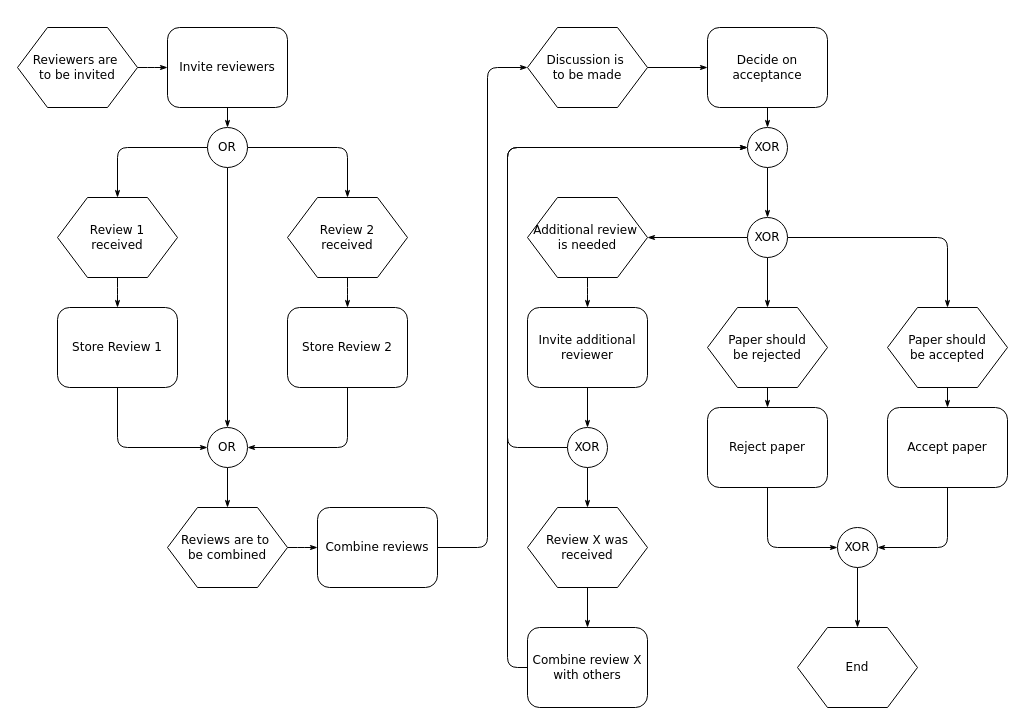
dhruv1345/Diagrams-Automation keeps this draw.io diagram as Untitled Diagram.drawio. Above is the earlier version. Source tidied: cells renumbered, new cells numbered last; positions are measured from the earlier drawing's top-left corner, leaving out a move shared by most shapes. Both pictures are drawn from the tidied source at 100%, with x=0, y=0 at pixel (17, 27).
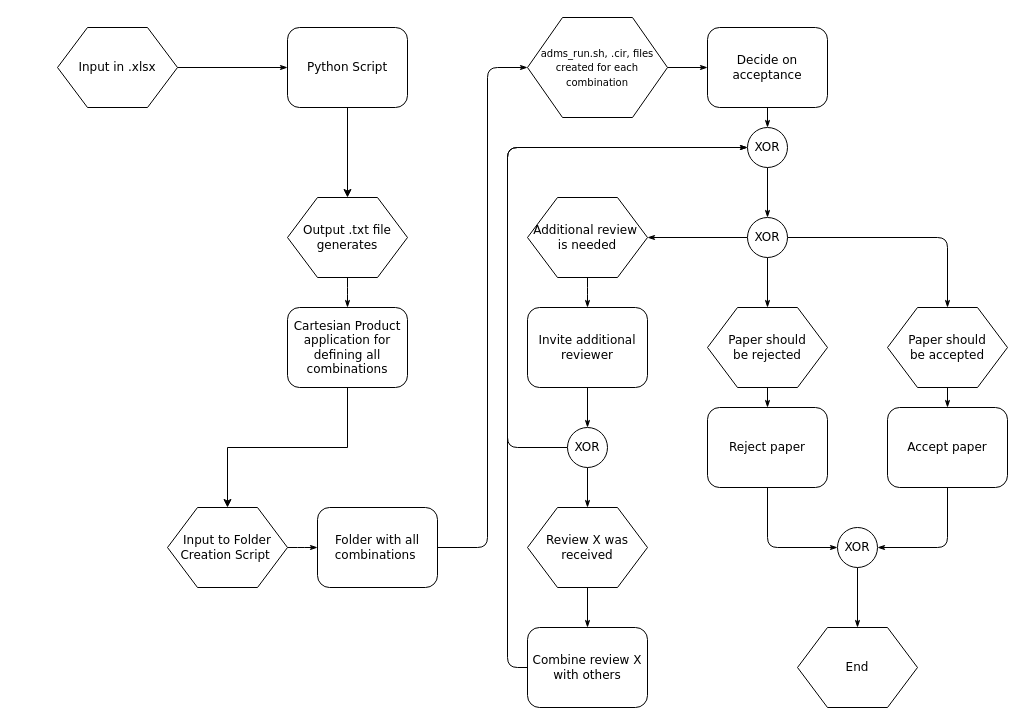
The same page after the edit.

The edit, as a diff of the source:
```diff
@@
-    <mxCell id="3" value="Reviewers are&amp;nbsp;&lt;div&gt;to&amp;nbsp;&lt;span&gt;be invited&lt;/span&gt;&lt;/div&gt;" style="shape=hexagon;perimeter=hexagonPerimeter;whiteSpace=wrap;html=1;rounded=0;shadow=0;labelBackgroundColor=none;strokeWidth=1;fontFamily=Verdana;fontSize=12;align=center;" parent="1" vertex="1">
-      <mxGeometry width="120" height="80" as="geometry" />
+    <mxCell id="3" value="Input in .xlsx" style="shape=hexagon;perimeter=hexagonPerimeter;whiteSpace=wrap;html=1;rounded=0;shadow=0;labelBackgroundColor=none;strokeWidth=1;fontFamily=Verdana;fontSize=12;align=center;" parent="1" vertex="1">
+      <mxGeometry x="40" width="120" height="80" as="geometry" />
     </mxCell>
-    <mxCell id="4" style="edgeStyle=orthogonalEdgeStyle;rounded=1;html=1;labelBackgroundColor=none;startArrow=none;startFill=0;startSize=5;endArrow=classicThin;endFill=1;endSize=5;jettySize=auto;strokeWidth=1;fontFamily=Verdana;fontSize=8;" parent="1" edge="1" source="5" target="9">
-      <mxGeometry relative="1" as="geometry" />
-    </mxCell>
+    <mxCell id="56" style="edgeStyle=orthogonalEdgeStyle;rounded=0;jettySize=auto;html=1;entryX=0.5;entryY=0;entryDx=0;entryDy=0;" parent="1" edge="1" source="5" target="13">
+      <mxGeometry relative="1" as="geometry" />
+    </mxCell>
-    <mxCell id="5" value="Invite reviewers" style="rounded=1;whiteSpace=wrap;html=1;shadow=0;labelBackgroundColor=none;strokeWidth=1;fontFamily=Verdana;fontSize=12;align=center;" parent="1" vertex="1">
-      <mxGeometry x="150" width="120" height="80" as="geometry" />
+    <mxCell id="5" value="Python Script" style="rounded=1;whiteSpace=wrap;html=1;shadow=0;labelBackgroundColor=none;strokeWidth=1;fontFamily=Verdana;fontSize=12;align=center;" parent="1" vertex="1">
+      <mxGeometry x="270" width="120" height="80" as="geometry" />
     </mxCell>
-    <mxCell id="6" style="edgeStyle=orthogonalEdgeStyle;rounded=1;html=1;labelBackgroundColor=none;startArrow=none;startFill=0;startSize=5;endArrow=classicThin;endFill=1;endSize=5;jettySize=auto;strokeWidth=1;fontFamily=Verdana;fontSize=8;" parent="1" edge="1" source="9" target="13">
-      <mxGeometry relative="1" as="geometry" />
-    </mxCell>
-    <mxCell id="7" style="edgeStyle=orthogonalEdgeStyle;rounded=1;html=1;labelBackgroundColor=none;startArrow=none;startFill=0;startSize=5;endArrow=classicThin;endFill=1;endSize=5;jettySize=auto;strokeWidth=1;fontFamily=Verdana;fontSize=8;" parent="1" edge="1" source="9" target="11">
-      <mxGeometry relative="1" as="geometry" />
-    </mxCell>
-    <mxCell id="8" style="edgeStyle=orthogonalEdgeStyle;rounded=1;html=1;labelBackgroundColor=none;startArrow=none;startFill=0;startSize=5;endArrow=classicThin;endFill=1;endSize=5;jettySize=auto;strokeWidth=1;fontFamily=Verdana;fontSize=12;" parent="1" edge="1" source="9" target="19">
-      <mxGeometry relative="1" as="geometry" />
-    </mxCell>
-    <mxCell id="9" value="OR" style="ellipse;whiteSpace=wrap;html=1;rounded=1;shadow=0;labelBackgroundColor=none;strokeWidth=1;fontFamily=Verdana;fontSize=12;align=center;" parent="1" vertex="1">
-      <mxGeometry x="190" y="100" width="40" height="40" as="geometry" />
-    </mxCell>
-    <mxCell id="10" style="edgeStyle=orthogonalEdgeStyle;rounded=1;html=1;labelBackgroundColor=none;startArrow=none;startFill=0;startSize=5;endArrow=classicThin;endFill=1;endSize=5;jettySize=auto;strokeWidth=1;fontFamily=Verdana;fontSize=8;" parent="1" edge="1" source="11" target="15">
-      <mxGeometry relative="1" as="geometry" />
-    </mxCell>
-    <mxCell id="11" value="Review 1&lt;div&gt;received&lt;/div&gt;" style="shape=hexagon;perimeter=hexagonPerimeter;whiteSpace=wrap;html=1;rounded=0;shadow=0;labelBackgroundColor=none;strokeWidth=1;fontFamily=Verdana;fontSize=12;align=center;" parent="1" vertex="1">
-      <mxGeometry x="40" y="170" width="120" height="80" as="geometry" />
-    </mxCell>
@@
-    <mxCell id="13" value="Review 2&lt;div&gt;received&lt;/div&gt;" style="shape=hexagon;perimeter=hexagonPerimeter;whiteSpace=wrap;html=1;rounded=0;shadow=0;labelBackgroundColor=none;strokeWidth=1;fontFamily=Verdana;fontSize=12;align=center;" parent="1" vertex="1">
+    <mxCell id="13" value="Output .txt file generates" style="shape=hexagon;perimeter=hexagonPerimeter;whiteSpace=wrap;html=1;rounded=0;shadow=0;labelBackgroundColor=none;strokeWidth=1;fontFamily=Verdana;fontSize=12;align=center;" parent="1" vertex="1">
       <mxGeometry x="270" y="170" width="120" height="80" as="geometry" />
     </mxCell>
-    <mxCell id="14" style="edgeStyle=orthogonalEdgeStyle;rounded=1;html=1;labelBackgroundColor=none;startArrow=none;startFill=0;startSize=5;endArrow=classicThin;endFill=1;endSize=5;jettySize=auto;strokeWidth=1;fontFamily=Verdana;fontSize=8;" parent="1" edge="1" source="15" target="19">
-      <mxGeometry relative="1" as="geometry">
-        <Array as="points">
-          <mxPoint x="100" y="420" />
-        </Array>
-      </mxGeometry>
-    </mxCell>
-    <mxCell id="15" value="Store Review 1" style="rounded=1;whiteSpace=wrap;html=1;shadow=0;labelBackgroundColor=none;strokeWidth=1;fontFamily=Verdana;fontSize=12;align=center;" parent="1" vertex="1">
-      <mxGeometry x="40" y="280" width="120" height="80" as="geometry" />
-    </mxCell>
-    <mxCell id="16" style="edgeStyle=orthogonalEdgeStyle;rounded=1;html=1;labelBackgroundColor=none;startArrow=none;startFill=0;startSize=5;endArrow=classicThin;endFill=1;endSize=5;jettySize=auto;strokeWidth=1;fontFamily=Verdana;fontSize=8;" parent="1" edge="1" source="17" target="19">
-      <mxGeometry relative="1" as="geometry">
-        <Array as="points">
-          <mxPoint x="330" y="420" />
-        </Array>
-      </mxGeometry>
-    </mxCell>
+    <mxCell id="57" style="edgeStyle=orthogonalEdgeStyle;rounded=0;jettySize=auto;html=1;" parent="1" edge="1" source="17" target="21">
+      <mxGeometry relative="1" as="geometry" />
+    </mxCell>
-    <mxCell id="17" value="Store Review 2" style="rounded=1;whiteSpace=wrap;html=1;shadow=0;labelBackgroundColor=none;strokeWidth=1;fontFamily=Verdana;fontSize=12;align=center;" parent="1" vertex="1">
+    <mxCell id="17" value="Cartesian Product application for defining all combinations" style="rounded=1;whiteSpace=wrap;html=1;shadow=0;labelBackgroundColor=none;strokeWidth=1;fontFamily=Verdana;fontSize=12;align=center;" parent="1" vertex="1">
       <mxGeometry x="270" y="280" width="120" height="80" as="geometry" />
     </mxCell>
-    <mxCell id="18" style="edgeStyle=orthogonalEdgeStyle;rounded=1;html=1;labelBackgroundColor=none;startArrow=none;startFill=0;startSize=5;endArrow=classicThin;endFill=1;endSize=5;jettySize=auto;strokeWidth=1;fontFamily=Verdana;fontSize=8;" parent="1" edge="1" source="19" target="21">
-      <mxGeometry relative="1" as="geometry" />
-    </mxCell>
-    <mxCell id="19" value="OR" style="ellipse;whiteSpace=wrap;html=1;rounded=1;shadow=0;labelBackgroundColor=none;strokeWidth=1;fontFamily=Verdana;fontSize=12;align=center;" parent="1" vertex="1">
-      <mxGeometry x="190" y="400" width="40" height="40" as="geometry" />
-    </mxCell>
@@
-    <mxCell id="21" value="Reviews are to&amp;nbsp;&lt;div&gt;be combined&lt;/div&gt;" style="shape=hexagon;perimeter=hexagonPerimeter;whiteSpace=wrap;html=1;rounded=0;shadow=0;labelBackgroundColor=none;strokeWidth=1;fontFamily=Verdana;fontSize=12;align=center;" parent="1" vertex="1">
+    <mxCell id="21" value="Input to Folder Creation Script&amp;nbsp;" style="shape=hexagon;perimeter=hexagonPerimeter;whiteSpace=wrap;html=1;rounded=0;shadow=0;labelBackgroundColor=none;strokeWidth=1;fontFamily=Verdana;fontSize=12;align=center;" parent="1" vertex="1">
       <mxGeometry x="150" y="480" width="120" height="80" as="geometry" />
     </mxCell>
@@
-    <mxCell id="23" value="Combine reviews" style="rounded=1;whiteSpace=wrap;html=1;shadow=0;labelBackgroundColor=none;strokeWidth=1;fontFamily=Verdana;fontSize=12;align=center;" parent="1" vertex="1">
+    <mxCell id="23" value="Folder with all combinations&amp;nbsp;" style="rounded=1;whiteSpace=wrap;html=1;shadow=0;labelBackgroundColor=none;strokeWidth=1;fontFamily=Verdana;fontSize=12;align=center;" parent="1" vertex="1">
       <mxGeometry x="300" y="480" width="120" height="80" as="geometry" />
     </mxCell>
@@
-    <mxCell id="25" value="Discussion is&amp;nbsp;&lt;div&gt;to be made&lt;/div&gt;" style="shape=hexagon;perimeter=hexagonPerimeter;whiteSpace=wrap;html=1;rounded=0;shadow=0;labelBackgroundColor=none;strokeWidth=1;fontFamily=Verdana;fontSize=12;align=center;" parent="1" vertex="1">
-      <mxGeometry x="510" width="120" height="80" as="geometry" />
+    <mxCell id="25" value="&lt;font style=&quot;font-size: 10px;&quot;&gt;adms_run.sh, .cir, files created for each combination&lt;/font&gt;" style="shape=hexagon;perimeter=hexagonPerimeter;whiteSpace=wrap;html=1;rounded=0;shadow=0;labelBackgroundColor=none;strokeWidth=1;fontFamily=Verdana;fontSize=12;align=center;" parent="1" vertex="1">
+      <mxGeometry x="510" y="-10" width="140" height="100" as="geometry" />
     </mxCell>
```
